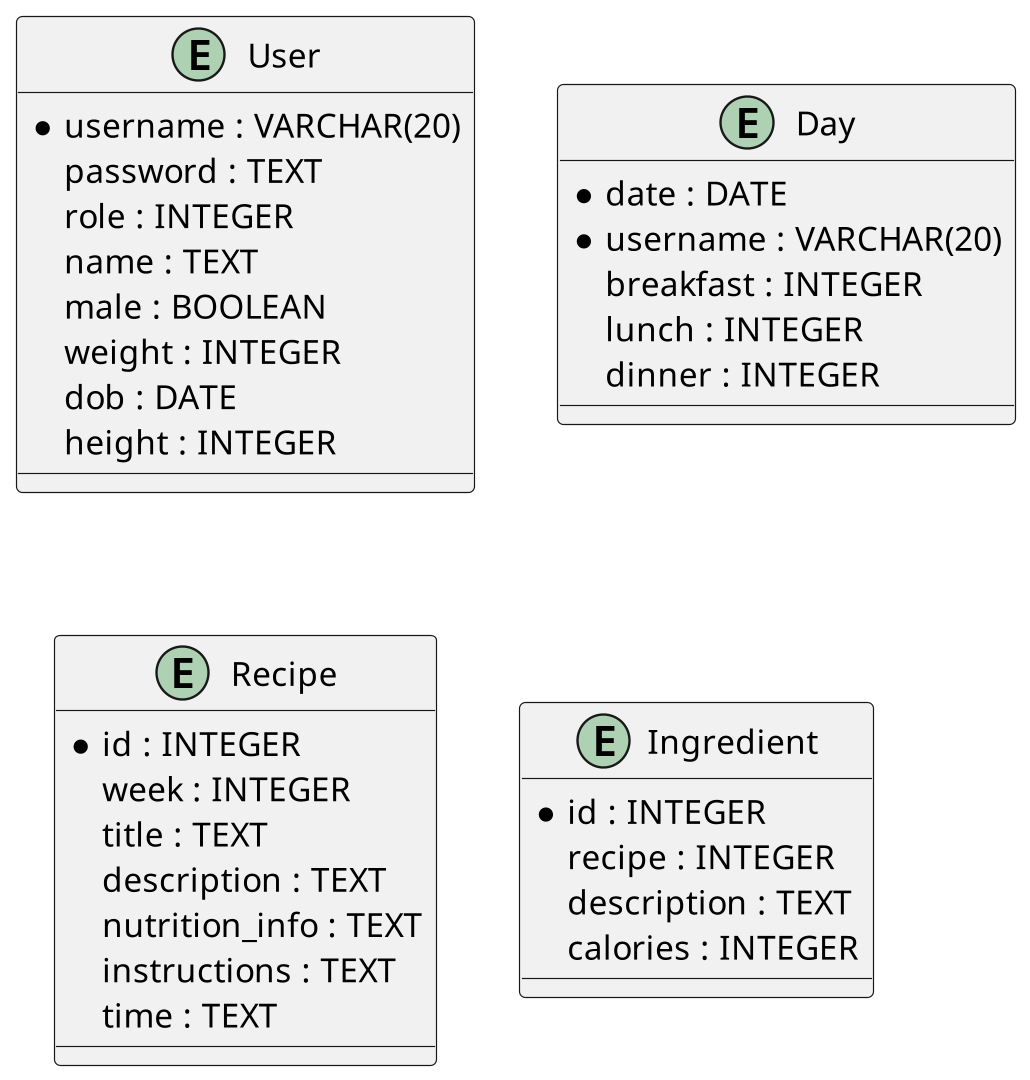
Earlier version of the PlantUML export diagram/entity-relationship.png (sofush/kostplan).
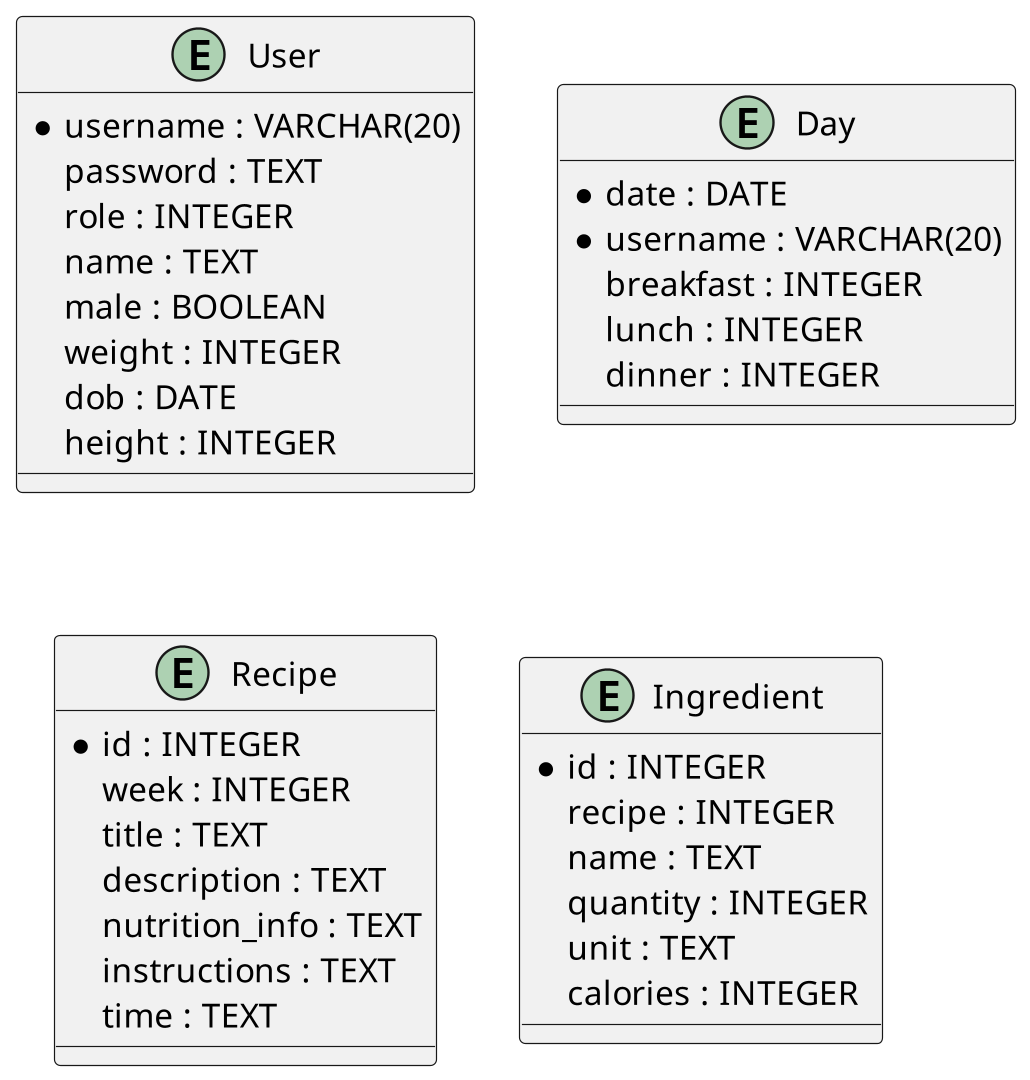
After the commit.

Commit message:
docs: update ingredient entity's attributes

Diff of the diagram source:
```diff
@@ -29,7 +29,9 @@
 entity Ingredient {
 	*id : INTEGER
 	recipe : INTEGER
-	description : TEXT
+	name : TEXT
+	quantity : INTEGER
+	unit : TEXT
 	calories : INTEGER
 }
 @enduml
```
